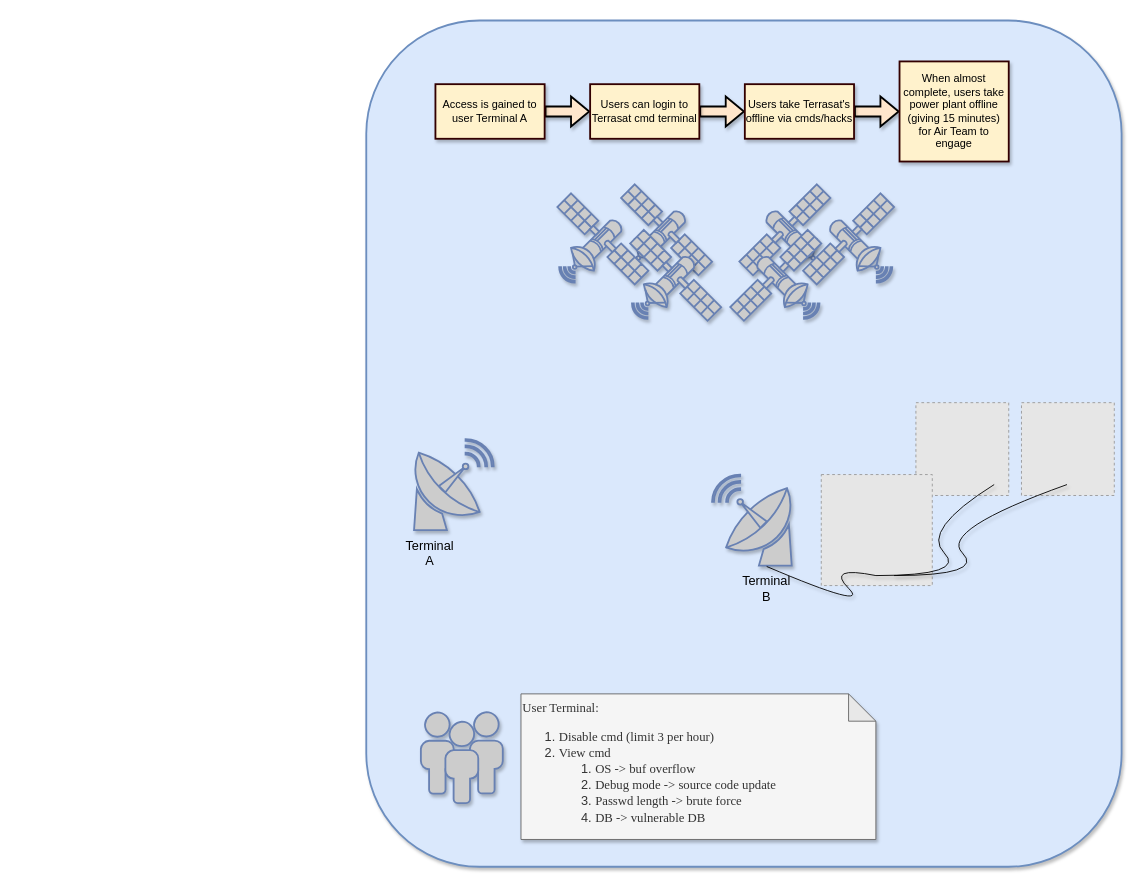
The draw.io diagram Overview.drawio in CyberTrainingExercise/Black0ut, before the edit. Source tidied: cells renumbered, new cells numbered last; positions are measured from the earlier drawing's top-left corner, leaving out a move shared by most shapes. Both pictures are drawn from the tidied source at 91%, with x=0, y=0 at pixel (366, 20). Pictures stored in the file or linked from it are replaced by grey dashed boxes.
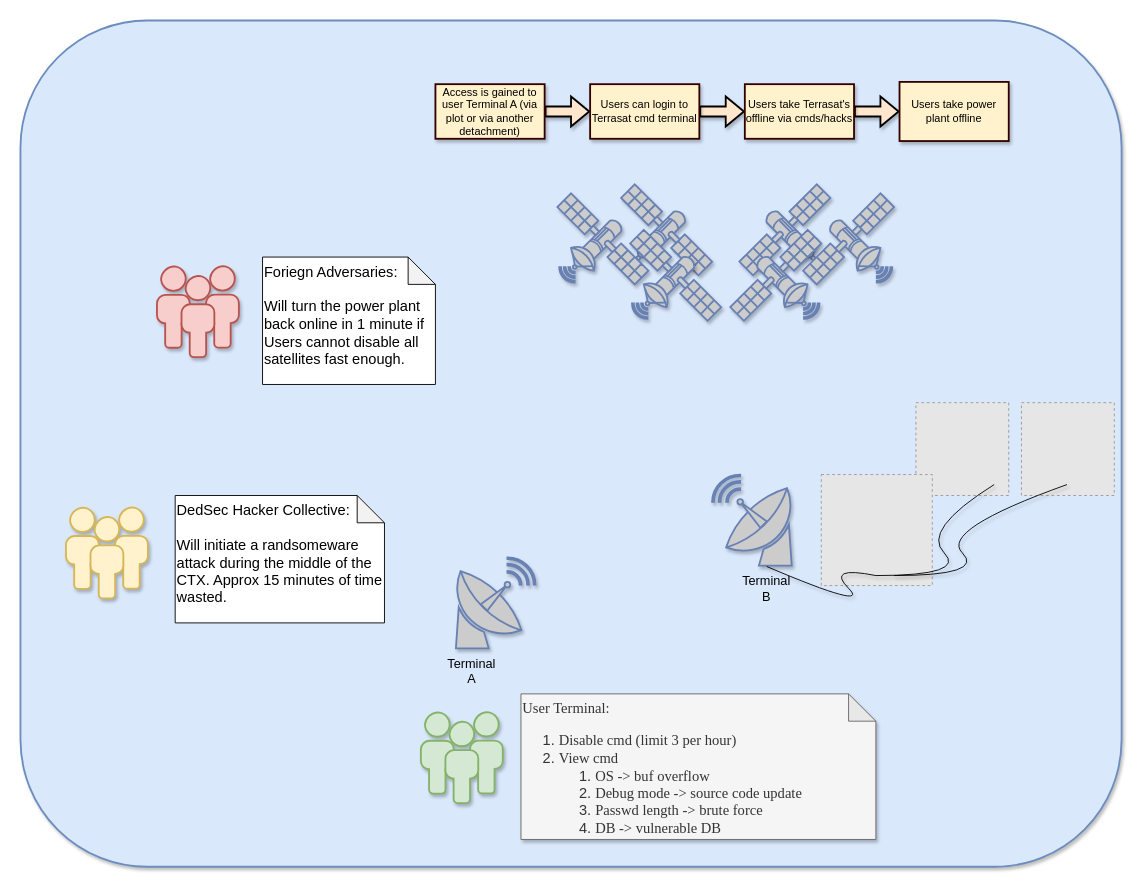
The same diagram, later.

Commit message (it also covers changes not shown here):
Add dedsec to diagram

Diff of the diagram source:
```diff
@@
     <mxCell id="2" style="rounded=1;whiteSpace=wrap;html=1;strokeColor=#6c8ebf;strokeWidth=2;fontFamily=Times New Roman;fontSize=14;fillColor=#dae8fc;shadow=1;" parent="1" vertex="1">
-      <mxGeometry width="830" height="930" as="geometry" />
+      <mxGeometry x="-380" width="1210" height="930" as="geometry" />
     </mxCell>
     <mxCell id="3" style="fontColor=#0066CC;verticalAlign=top;verticalLabelPosition=bottom;labelPosition=center;align=center;html=1;fillColor=#CCCCCC;strokeColor=#6881B3;gradientColor=none;gradientDirection=north;strokeWidth=2;shape=mxgraph.networks.satellite_dish;shadow=1;" parent="1" vertex="1">
-      <mxGeometry x="50" y="460" width="90" height="100" as="geometry" />
+      <mxGeometry x="96" y="590" width="90" height="100" as="geometry" />
     </mxCell>
@@
-    <mxCell id="6" style="fontColor=#0066CC;verticalAlign=top;verticalLabelPosition=bottom;labelPosition=center;align=center;html=1;fillColor=#CCCCCC;strokeColor=#6881B3;gradientColor=none;gradientDirection=north;strokeWidth=2;shape=mxgraph.networks.users;shadow=1;" parent="1" vertex="1">
+    <mxCell id="6" style="verticalAlign=top;verticalLabelPosition=bottom;labelPosition=center;align=center;html=1;fillColor=#d5e8d4;strokeColor=#82b366;gradientDirection=north;strokeWidth=2;shape=mxgraph.networks.users;shadow=1;" parent="1" vertex="1">
       <mxGeometry x="60" y="760" width="90" height="100" as="geometry" />
     </mxCell>
@@
-    <mxCell id="15" value="&lt;div style=&quot;font-size: 14px;&quot;&gt;&lt;span style=&quot;background-color: initial;&quot;&gt;&lt;font face=&quot;Times New Roman&quot; style=&quot;font-size: 14px;&quot;&gt;User Terminal:&lt;/font&gt;&lt;/span&gt;&lt;/div&gt;&lt;div style=&quot;font-size: 14px;&quot;&gt;&lt;ol style=&quot;&quot;&gt;&lt;li style=&quot;&quot;&gt;&lt;span style=&quot;background-color: initial;&quot;&gt;&lt;font face=&quot;Times New Roman&quot; style=&quot;font-size: 14px;&quot;&gt;Disable cmd (limit 3 per hour)&lt;/font&gt;&lt;/span&gt;&lt;/li&gt;&lt;li style=&quot;&quot;&gt;&lt;span style=&quot;background-color: initial;&quot;&gt;&lt;font face=&quot;Times New Roman&quot; style=&quot;font-size: 14px;&quot;&gt;View cmd&lt;/font&gt;&lt;/span&gt;&lt;/li&gt;&lt;ol style=&quot;&quot;&gt;&lt;li style=&quot;&quot;&gt;&lt;span style=&quot;background-color: initial;&quot;&gt;&lt;font face=&quot;Times New Roman&quot; style=&quot;font-size: 14px;&quot;&gt;OS -&amp;gt; buf overflow&lt;/font&gt;&lt;/span&gt;&lt;/li&gt;&lt;li style=&quot;&quot;&gt;&lt;span style=&quot;background-color: initial;&quot;&gt;&lt;font face=&quot;Times New Roman&quot; style=&quot;font-size: 14px;&quot;&gt;Debug mode -&amp;gt; source code update&lt;/font&gt;&lt;/span&gt;&lt;/li&gt;&lt;li style=&quot;&quot;&gt;&lt;span style=&quot;background-color: initial;&quot;&gt;&lt;font face=&quot;Times New Roman&quot; style=&quot;font-size: 14px;&quot;&gt;Passwd length -&amp;gt; brute force&lt;/font&gt;&lt;/span&gt;&lt;/li&gt;&lt;li style=&quot;&quot;&gt;&lt;span style=&quot;background-color: initial;&quot;&gt;&lt;font face=&quot;Times New Roman&quot; style=&quot;font-size: 14px;&quot;&gt;DB -&amp;gt; vulnerable DB&lt;/font&gt;&lt;/span&gt;&lt;/li&gt;&lt;/ol&gt;&lt;/ol&gt;&lt;/div&gt;" style="shape=note;whiteSpace=wrap;html=1;backgroundOutline=1;darkOpacity=0.05;align=left;verticalAlign=top;fillColor=#f5f5f5;fontColor=#333333;strokeColor=#666666;shadow=1;" parent="1" vertex="1">
+    <mxCell id="15" value="&lt;div style=&quot;font-size: 16px;&quot;&gt;&lt;span style=&quot;background-color: initial;&quot;&gt;&lt;font face=&quot;Times New Roman&quot; style=&quot;font-size: 16px;&quot;&gt;User Terminal:&lt;/font&gt;&lt;/span&gt;&lt;/div&gt;&lt;div style=&quot;font-size: 16px;&quot;&gt;&lt;ol style=&quot;&quot;&gt;&lt;li style=&quot;&quot;&gt;&lt;span style=&quot;background-color: initial;&quot;&gt;&lt;font face=&quot;Times New Roman&quot; style=&quot;font-size: 16px;&quot;&gt;Disable cmd (limit 3 per hour)&lt;/font&gt;&lt;/span&gt;&lt;/li&gt;&lt;li style=&quot;&quot;&gt;&lt;span style=&quot;background-color: initial;&quot;&gt;&lt;font face=&quot;Times New Roman&quot; style=&quot;font-size: 16px;&quot;&gt;View cmd&lt;/font&gt;&lt;/span&gt;&lt;/li&gt;&lt;ol style=&quot;&quot;&gt;&lt;li style=&quot;&quot;&gt;&lt;span style=&quot;background-color: initial;&quot;&gt;&lt;font face=&quot;Times New Roman&quot; style=&quot;font-size: 16px;&quot;&gt;OS -&amp;gt; buf overflow&lt;/font&gt;&lt;/span&gt;&lt;/li&gt;&lt;li style=&quot;&quot;&gt;&lt;span style=&quot;background-color: initial;&quot;&gt;&lt;font face=&quot;Times New Roman&quot; style=&quot;font-size: 16px;&quot;&gt;Debug mode -&amp;gt; source code update&lt;/font&gt;&lt;/span&gt;&lt;/li&gt;&lt;li style=&quot;&quot;&gt;&lt;span style=&quot;background-color: initial;&quot;&gt;&lt;font face=&quot;Times New Roman&quot; style=&quot;font-size: 16px;&quot;&gt;Passwd length -&amp;gt; brute force&lt;/font&gt;&lt;/span&gt;&lt;/li&gt;&lt;li style=&quot;&quot;&gt;&lt;span style=&quot;background-color: initial;&quot;&gt;&lt;font face=&quot;Times New Roman&quot; style=&quot;font-size: 16px;&quot;&gt;DB -&amp;gt; vulnerable DB&lt;/font&gt;&lt;/span&gt;&lt;/li&gt;&lt;/ol&gt;&lt;/ol&gt;&lt;/div&gt;" style="shape=note;whiteSpace=wrap;html=1;backgroundOutline=1;darkOpacity=0.05;align=left;verticalAlign=top;fillColor=#f5f5f5;fontColor=#333333;strokeColor=#666666;shadow=1;" parent="1" vertex="1">
       <mxGeometry x="170" y="740" width="390" height="160" as="geometry" />
     </mxCell>
@@
-    <mxCell id="17" value="Access is gained to user Terminal A" style="rounded=0;whiteSpace=wrap;html=1;fillColor=#fff2cc;strokeColor=#330000;strokeWidth=2;shadow=1;" parent="1" vertex="1">
+    <mxCell id="17" value="Access is gained to user Terminal A (via plot or via another detachment)" style="rounded=0;whiteSpace=wrap;html=1;fillColor=#fff2cc;strokeColor=#330000;strokeWidth=2;shadow=1;" parent="1" vertex="1">
       <mxGeometry x="76" y="70" width="120" height="60" as="geometry" />
     </mxCell>
     <mxCell id="18" value="Terminal A" style="text;html=1;strokeColor=none;fillColor=none;align=center;verticalAlign=middle;whiteSpace=wrap;rounded=0;fontSize=14;" parent="1" vertex="1">
-      <mxGeometry x="40" y="570" width="60" height="30" as="geometry" />
+      <mxGeometry x="86" y="700" width="60" height="30" as="geometry" />
     </mxCell>
@@
-    <mxCell id="24" value="When almost complete, users take power plant offline (giving 15 minutes) for Air Team to engage" style="whiteSpace=wrap;html=1;fillColor=#fff2cc;strokeColor=#330000;strokeWidth=2;shadow=1;" parent="1" vertex="1">
-      <mxGeometry x="586" y="45" width="120" height="110" as="geometry" />
+    <mxCell id="24" value="Users take power plant offline" style="whiteSpace=wrap;html=1;fillColor=#fff2cc;strokeColor=#330000;strokeWidth=2;shadow=1;" parent="1" vertex="1">
+      <mxGeometry x="586" y="67.5" width="120" height="65" as="geometry" />
     </mxCell>
@@
+    <mxCell id="28" style="verticalAlign=top;verticalLabelPosition=bottom;labelPosition=center;align=center;html=1;fillColor=#f8cecc;strokeColor=#b85450;gradientDirection=north;strokeWidth=2;shape=mxgraph.networks.users;shadow=1;" parent="1" vertex="1">
+      <mxGeometry x="-230" y="270" width="90" height="100" as="geometry" />
+    </mxCell>
+    <mxCell id="29" style="verticalAlign=top;verticalLabelPosition=bottom;labelPosition=center;align=center;html=1;fillColor=#fff2cc;strokeColor=#d6b656;gradientDirection=north;strokeWidth=2;shape=mxgraph.networks.users;shadow=1;" parent="1" vertex="1">
+      <mxGeometry x="-330" y="535" width="90" height="100" as="geometry" />
+    </mxCell>
+    <mxCell id="30" value="&lt;font style=&quot;font-size: 16px;&quot;&gt;Foriegn Adversaries:&lt;br&gt;&lt;br&gt;Will turn the power plant back online in 1 minute if Users cannot disable all satellites fast enough.&lt;/font&gt;" style="shape=note;whiteSpace=wrap;html=1;backgroundOutline=1;darkOpacity=0.05;align=left;verticalAlign=top;" parent="1" vertex="1">
+      <mxGeometry x="-114" y="260" width="190" height="140" as="geometry" />
+    </mxCell>
+    <mxCell id="31" value="&lt;font style=&quot;font-size: 16px;&quot;&gt;DedSec Hacker Collective:&lt;br&gt;&lt;br&gt;Will initiate a randsomeware attack during the middle of the CTX. Approx 15 minutes of time wasted.&lt;/font&gt;" style="shape=note;whiteSpace=wrap;html=1;backgroundOutline=1;darkOpacity=0.05;align=left;verticalAlign=top;" parent="1" vertex="1">
+      <mxGeometry x="-210" y="522" width="230" height="140" as="geometry" />
+    </mxCell>
```
